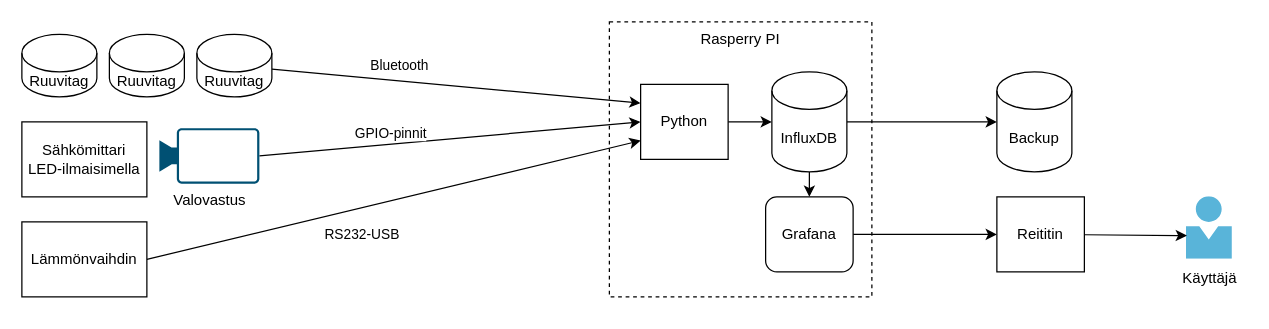
Before: diagrams/Talonvalvonta.drawio in galigula2/Talonvalvonta, a draw.io diagram. Source tidied: cells renumbered, new cells numbered last; positions are measured from the earlier drawing's top-left corner, leaving out a move shared by most shapes. Both pictures are drawn from the tidied source at 125%, with x=0, y=0 at pixel (21, 21).
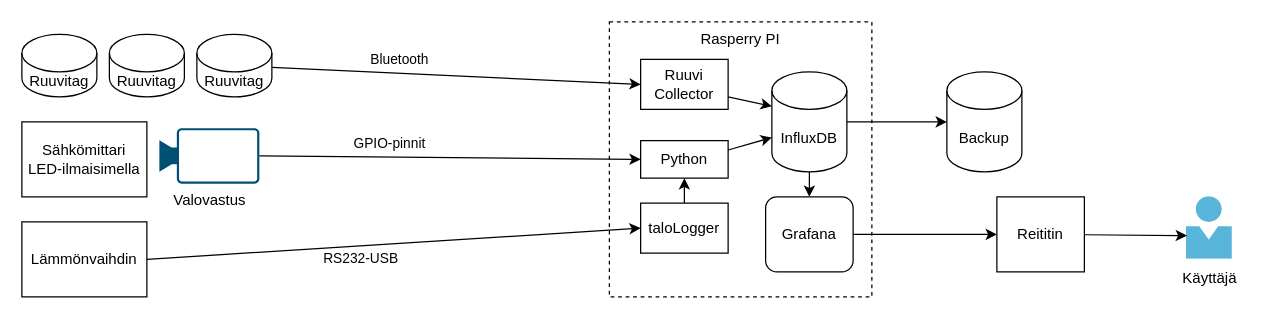
Above is the later version.

The change refers to these unchanged cells:
```xml
<mxCell id="2" value="&lt;span&gt;Rasperry PI&lt;/span&gt;" style="rounded=0;whiteSpace=wrap;html=1;dashed=1;align=center;verticalAlign=top;" parent="1" vertex="1">
  <mxGeometry x="470" width="210" height="220" as="geometry" />
</mxCell>
<mxCell id="4" value="InfluxDB" style="shape=cylinder3;whiteSpace=wrap;html=1;boundedLbl=1;backgroundOutline=1;size=15;" parent="1" vertex="1">
  <mxGeometry x="600" y="40" width="60" height="80" as="geometry" />
</mxCell>
<mxCell id="12" value="Ruuvitag" style="shape=cylinder3;whiteSpace=wrap;html=1;boundedLbl=1;backgroundOutline=1;size=15;align=center;verticalAlign=middle;" parent="1" vertex="1">
  <mxGeometry x="140" y="10" width="60" height="50" as="geometry" />
</mxCell>
<mxCell id="21" value="Lämmönvaihdin" style="rounded=0;whiteSpace=wrap;html=1;align=center;verticalAlign=middle;" parent="1" vertex="1">
  <mxGeometry y="160" width="100" height="60" as="geometry" />
</mxCell>
```

What changed in the source:
```diff
@@
     <mxCell id="7" value="Backup" style="shape=cylinder3;whiteSpace=wrap;html=1;boundedLbl=1;backgroundOutline=1;size=15;" parent="1" vertex="1">
-      <mxGeometry x="780" y="40" width="60" height="80" as="geometry" />
+      <mxGeometry x="740" y="40" width="60" height="80" as="geometry" />
     </mxCell>
-    <mxCell id="8" style="edgeStyle=none;rounded=0;jettySize=auto;html=1;entryX=0;entryY=0.5;entryDx=0;entryDy=0;entryPerimeter=0;" parent="1" edge="1" source="9" target="4">
+    <mxCell id="8" style="edgeStyle=none;rounded=0;jettySize=auto;html=1;entryX=0;entryY=0;entryDx=0;entryDy=52.5;entryPerimeter=0;exitX=1;exitY=0.25;exitDx=0;exitDy=0;" parent="1" edge="1" source="9" target="4">
       <mxGeometry relative="1" as="geometry" />
     </mxCell>
     <mxCell id="9" value="Python" style="rounded=0;whiteSpace=wrap;html=1;align=center;verticalAlign=middle;" parent="1" vertex="1">
-      <mxGeometry x="495" y="50" width="70" height="60" as="geometry" />
+      <mxGeometry x="495" y="95" width="70" height="30" as="geometry" />
     </mxCell>
-    <mxCell id="10" style="rounded=0;jettySize=auto;html=1;entryX=0;entryY=0.25;entryDx=0;entryDy=0;" parent="1" edge="1" source="12" target="9">
+    <mxCell id="10" style="rounded=0;jettySize=auto;html=1;entryX=0;entryY=0.5;entryDx=0;entryDy=0;" parent="1" edge="1" source="12" target="29">
       <mxGeometry relative="1" as="geometry" />
     </mxCell>
@@
-    <mxCell id="22" style="rounded=0;jettySize=auto;html=1;exitX=1;exitY=0.5;exitDx=0;exitDy=0;entryX=0;entryY=0.75;entryDx=0;entryDy=0;" parent="1" edge="1" source="21" target="9">
+    <mxCell id="22" style="rounded=0;jettySize=auto;html=1;exitX=1;exitY=0.5;exitDx=0;exitDy=0;entryX=0;entryY=0.5;entryDx=0;entryDy=0;" parent="1" edge="1" source="21" target="28">
       <mxGeometry relative="1" as="geometry" />
     </mxCell>
@@
+    <mxCell id="27" style="edgeStyle=none;rounded=0;jettySize=auto;html=1;entryX=0.5;entryY=1;entryDx=0;entryDy=0;" parent="1" edge="1" source="28" target="9">
+      <mxGeometry relative="1" as="geometry" />
+    </mxCell>
+    <mxCell id="28" value="taloLogger" style="rounded=0;whiteSpace=wrap;html=1;align=center;verticalAlign=middle;" parent="1" vertex="1">
+      <mxGeometry x="495" y="145" width="70" height="40" as="geometry" />
+    </mxCell>
+    <mxCell id="29" value="Ruuvi&lt;br&gt;Collector" style="rounded=0;whiteSpace=wrap;html=1;align=center;verticalAlign=middle;" parent="1" vertex="1">
+      <mxGeometry x="495" y="30" width="70" height="40" as="geometry" />
+    </mxCell>
+    <mxCell id="30" style="edgeStyle=none;rounded=0;jettySize=auto;html=1;entryX=0;entryY=0;entryDx=0;entryDy=27.5;entryPerimeter=0;exitX=1;exitY=0.75;exitDx=0;exitDy=0;" parent="1" edge="1" source="29" target="4">
+      <mxGeometry relative="1" as="geometry" />
+    </mxCell>
+    <mxCell id="31" style="edgeStyle=none;rounded=0;orthogonalLoop=1;jettySize=auto;html=1;exitX=0.5;exitY=1;exitDx=0;exitDy=0;" parent="1" edge="1" source="2" target="2">
+      <mxGeometry relative="1" as="geometry" />
+    </mxCell>
```
